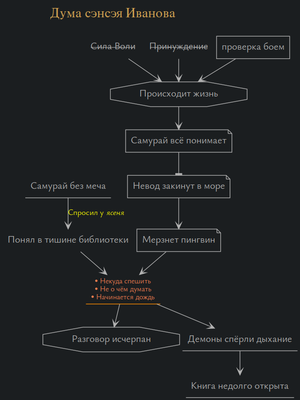
This is Software/GraphViz/diagram.png from testitquickly/bystro.linux, a Graphviz export, as it was before one commit. Its source is kept beside it as Software/GraphViz/diagram.dot.
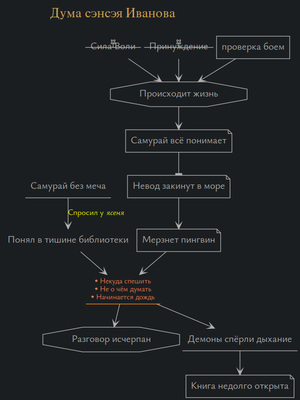
Above is the later version.

What changed in the source:
```diff
@@ -28,7 +28,7 @@
 	S [label="Происходит жизнь"] // S = Start
 	E [label="Разговор исчерпан"]; // E  End
 
-	node [shape=none];
+	node [shape=proteasesite];
 	сила_воли [label=<<s>Сила Воли</s>>]
 	принуждение [label=<<s>Принуждение</s>>];
 	проверка_боем [label="проверка боем", shape=box];
@@ -38,11 +38,11 @@
 	id2 [label="Невод закинут в море"];
 	rybka [label="Мерзнет пингвин"];
 	biblioteka [shape=plaintext, label="Понял в тишине библиотеки"];
+	bookIsClosed [label="Книга недолго открыта"];
 
 	node [shape=underline];
 	как_думать [label="Самурай без меча"];
 	gameOver [label="Демоны спёрли дыхание"];
-	bookIsClosed [label="Книга недолго открыта"];
 	listOfEvents [label="• Некуда спешить\n• Не о чём думать\n• Начинается дождь", fontsize=12, fontcolor="Coral", color="DarkOrange"];
 
 
```
